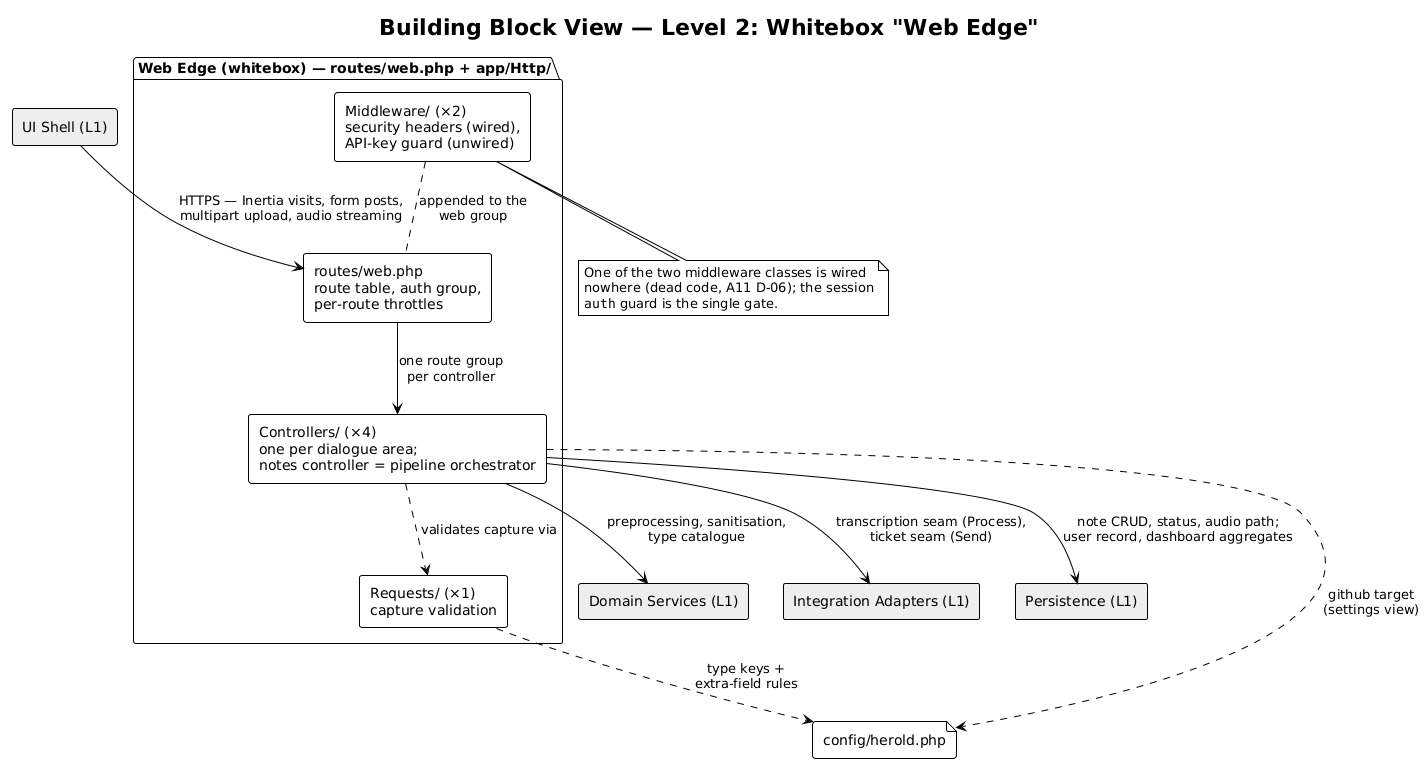
This is docs/arch/diagrams-png/a05-l2-web-edge.png from carstenlucke/herold, a PlantUML export, as it was before one commit.
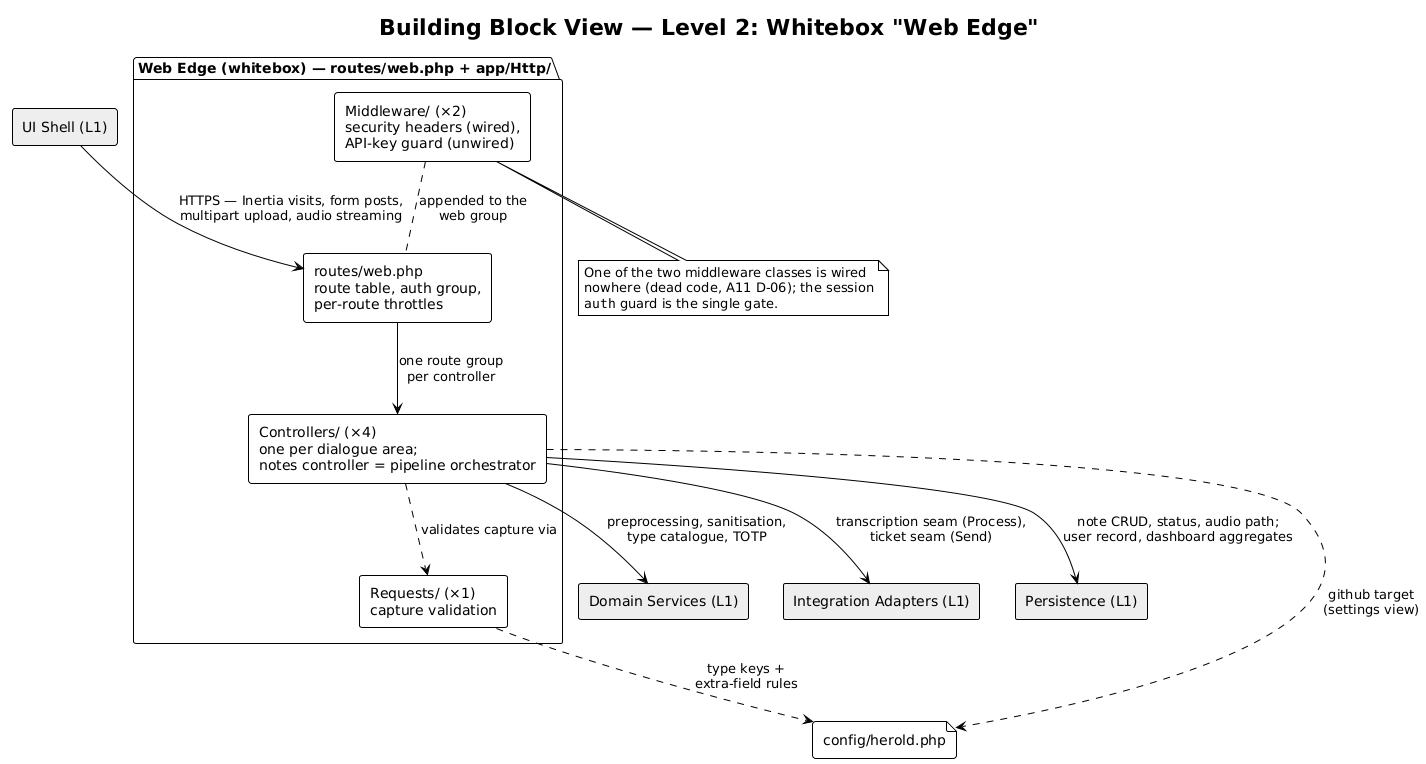
The same file after the commit.

Change to the diagram source:
```diff
@@ -22,7 +22,7 @@
 mw .. routes : appended to the\nweb group
 ctrl ..> req : validates capture via
 req ..> cfg : type keys +\nextra-field rules
-ctrl --> domain : preprocessing, sanitisation,\ntype catalogue
+ctrl --> domain : preprocessing, sanitisation,\ntype catalogue, TOTP
 ctrl --> adapters : transcription seam (Process),\nticket seam (Send)
 ctrl --> persistence : note CRUD, status, audio path;\nuser record, dashboard aggregates
 ctrl ..> cfg : github target\n(settings view)
```
